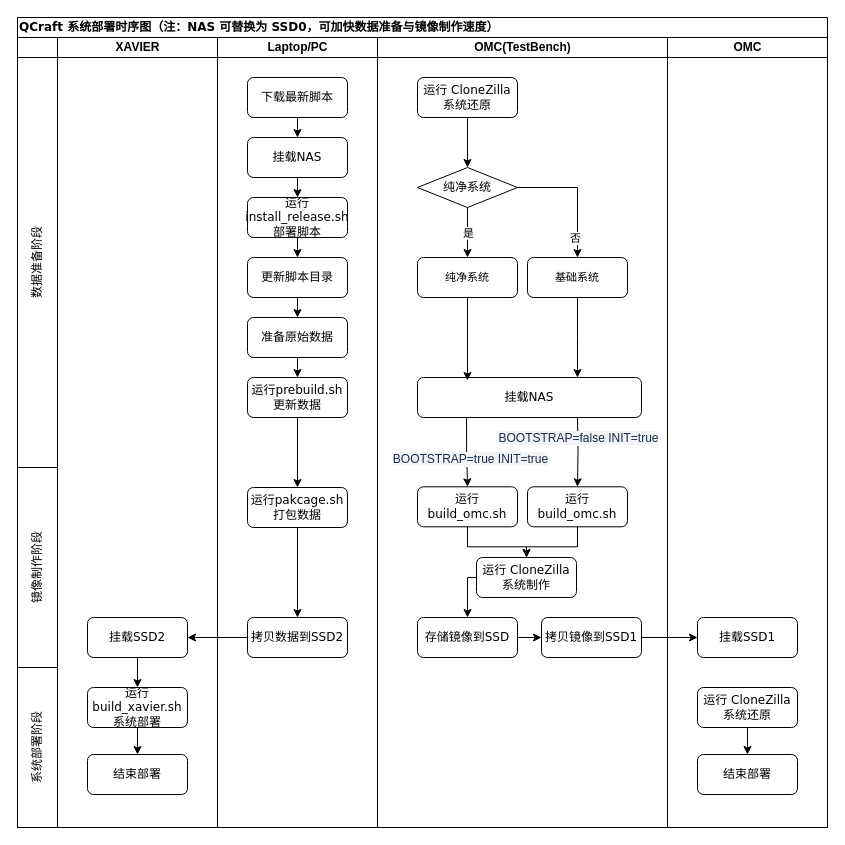
Before: QCraft 系统部署时序图.drawio in Flhawker/Flow, a draw.io diagram. Source tidied: cells renumbered, new cells numbered last; positions are measured from the earlier drawing's top-left corner, leaving out a move shared by most shapes. Both pictures are drawn from the tidied source at 100%, with x=0, y=0 at pixel (17, 17).
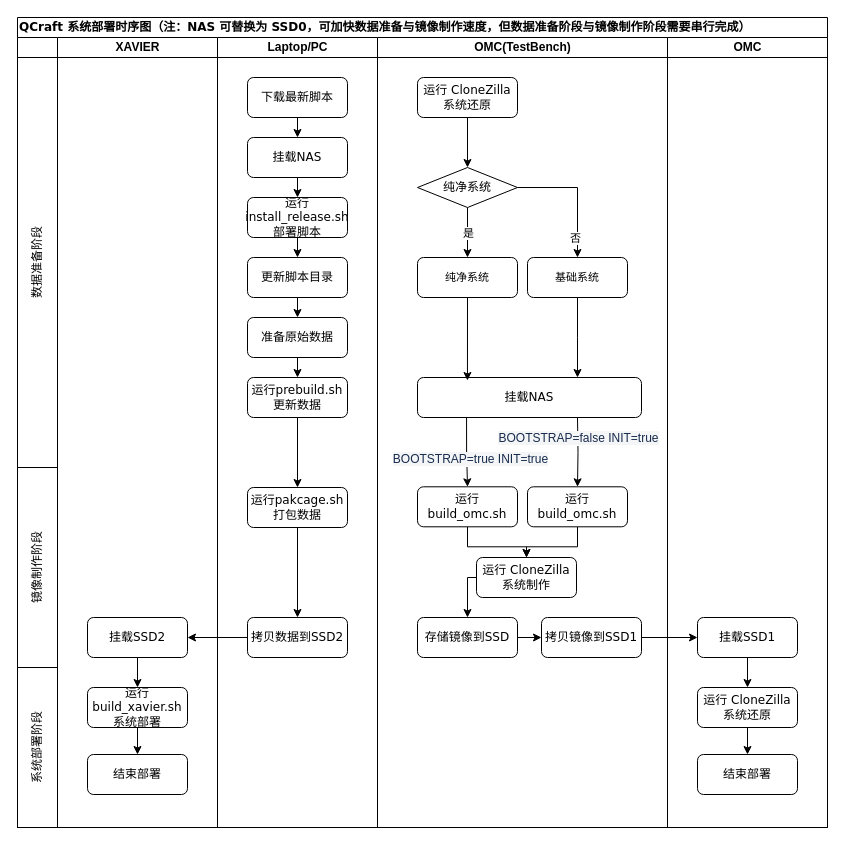
Above is the later version.

Commit message (it also covers changes not shown here):
Update QCraft 系统部署时序图.drawio

The change refers to these unchanged cells:
```xml
<mxCell id="55" value="OMC" style="swimlane;html=1;startSize=20;" parent="2" vertex="1">
  <mxGeometry x="650" y="20" width="160" height="790" as="geometry" />
</mxCell>
<mxCell id="57" value="运行 CloneZilla 系统还原" style="rounded=1;whiteSpace=wrap;html=1;shadow=0;labelBackgroundColor=none;strokeWidth=1;fontFamily=Verdana;fontSize=12;align=center;imageHeight=24;" parent="55" vertex="1">
  <mxGeometry x="30" y="650" width="100" height="40" as="geometry" />
</mxCell>
<mxCell id="59" value="挂载SSD1" style="rounded=1;whiteSpace=wrap;html=1;shadow=0;labelBackgroundColor=none;strokeWidth=1;fontFamily=Verdana;fontSize=12;align=center;imageHeight=24;" parent="55" vertex="1">
  <mxGeometry x="30" y="580" width="100" height="40" as="geometry" />
</mxCell>
```

Change to the diagram source:
```diff
@@
-    <mxCell id="2" value="QCraft 系统部署时序图（注：NAS 可替换为 SSD0，可加快数据准备与镜像制作速度）" style="swimlane;html=1;startSize=20;rounded=0;shadow=0;labelBackgroundColor=none;strokeWidth=1;fontFamily=Verdana;fontSize=12;align=left;" parent="1" vertex="1">
+    <mxCell id="2" value="QCraft 系统部署时序图（注：NAS 可替换为 SSD0，可加快数据准备与镜像制作速度，但数据准备阶段与镜像制作阶段需要串行完成）" style="swimlane;html=1;startSize=20;rounded=0;shadow=0;labelBackgroundColor=none;strokeWidth=1;fontFamily=Verdana;fontSize=12;align=left;" parent="1" vertex="1">
       <mxGeometry width="810" height="810" as="geometry" />
     </mxCell>
@@
+    <mxCell id="62" style="edgeStyle=orthogonalEdgeStyle;rounded=0;jettySize=auto;html=1;exitX=0.5;exitY=1;exitDx=0;exitDy=0;" parent="55" edge="1" source="59" target="57">
+      <mxGeometry relative="1" as="geometry" />
+    </mxCell>
```
